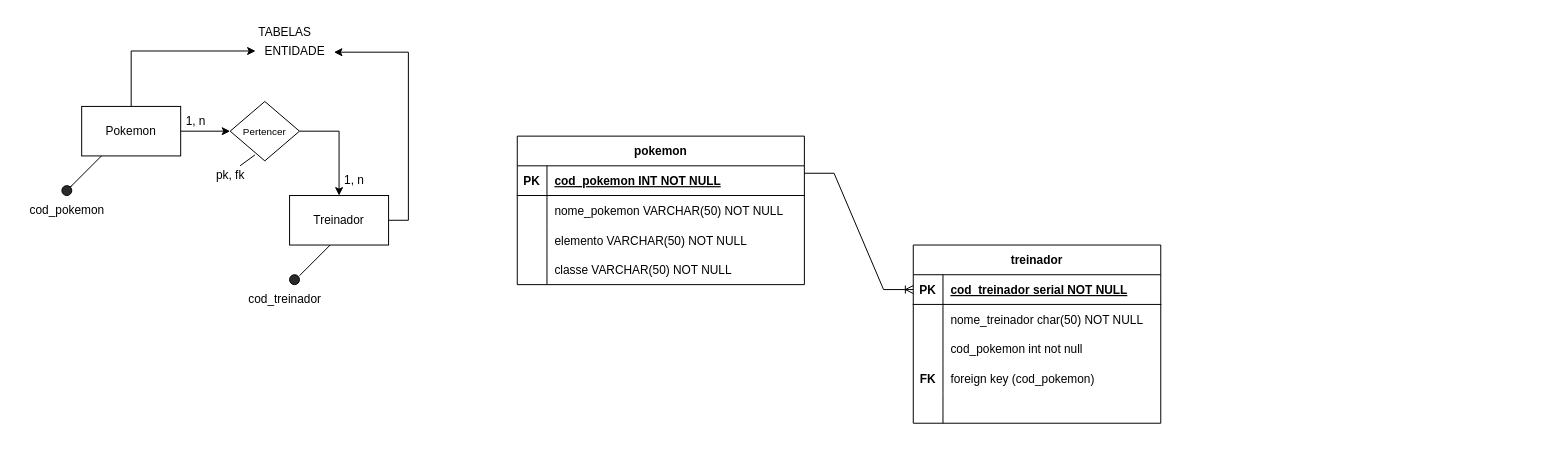
This is page "Página-1" (1 of 2) of Banco de Dados/Diagrama - MER.drawio from cantaruttim/SENAC, a draw.io file, before an edit. Source tidied: cells renumbered, new cells numbered last; positions are measured from the earlier drawing's top-left corner, leaving out a move shared by most shapes. Both pictures are drawn from the tidied source at 99%, with x=0, y=0 at pixel (17, 17).
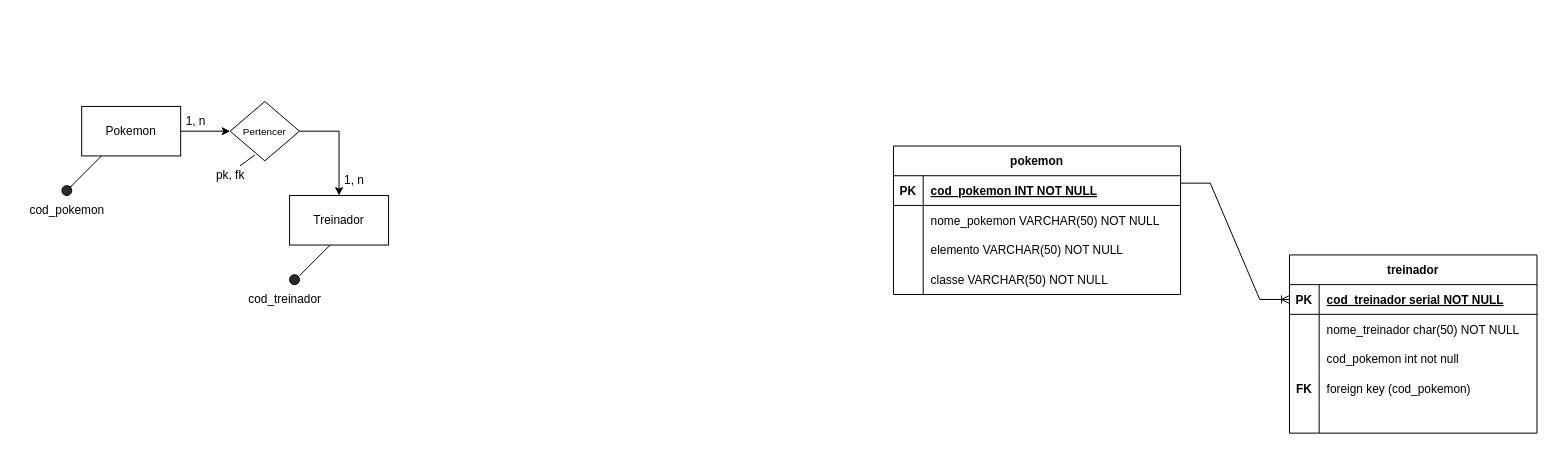
After the change.

The change refers to these unchanged cells:
```xml
<mxCell id="3" value="Pokemon" style="rounded=0;whiteSpace=wrap;html=1;" parent="1" vertex="1">
  <mxGeometry x="65" y="90" width="100" height="50" as="geometry" />
</mxCell>
<mxCell id="4" value="Treinador" style="rounded=0;whiteSpace=wrap;html=1;" parent="1" vertex="1">
  <mxGeometry x="275" y="180" width="100" height="50" as="geometry" />
</mxCell>
```

Diff of the diagram source:
```diff
@@
-    <mxCell id="16" value="ENTIDADE" style="text;html=1;align=center;verticalAlign=middle;points=[];strokeColor=none;fillColor=none;" parent="1" vertex="1">
-      <mxGeometry x="240" y="20" width="80" height="30" as="geometry" />
-    </mxCell>
-    <mxCell id="17" style="edgeStyle=orthogonalEdgeStyle;rounded=0;jettySize=auto;html=1;entryX=0.008;entryY=0.467;entryDx=0;entryDy=0;entryPerimeter=0;exitX=0.5;exitY=0;exitDx=0;exitDy=0;" parent="1" edge="1" source="3" target="16">
-      <mxGeometry relative="1" as="geometry" />
-    </mxCell>
-    <mxCell id="18" style="edgeStyle=orthogonalEdgeStyle;rounded=0;jettySize=auto;html=1;entryX=0.998;entryY=0.507;entryDx=0;entryDy=0;entryPerimeter=0;exitX=1;exitY=0.5;exitDx=0;exitDy=0;" parent="1" edge="1" source="4" target="16">
-      <mxGeometry relative="1" as="geometry" />
-    </mxCell>
-    <mxCell id="19" value="TABELAS" style="text;html=1;align=center;verticalAlign=middle;strokeColor=none;fillColor=none;" parent="1" vertex="1">
-      <mxGeometry x="230" width="80" height="30" as="geometry" />
-    </mxCell>
@@
     <mxCell id="22" value="pokemon" style="shape=table;startSize=30;childLayout=tableLayout;rowLines=0;fontStyle=1;align=center;" parent="1" vertex="1">
-      <mxGeometry x="505" y="120" width="290" height="150" as="geometry" />
+      <mxGeometry x="885" y="130" width="290" height="150" as="geometry" />
     </mxCell>
@@
     <mxCell id="36" style="group;" parent="1" vertex="1">
-      <mxGeometry x="905" y="230" width="250" height="180" as="geometry" />
+      <mxGeometry x="1285" y="240" width="250" height="180" as="geometry" />
     </mxCell>
```
